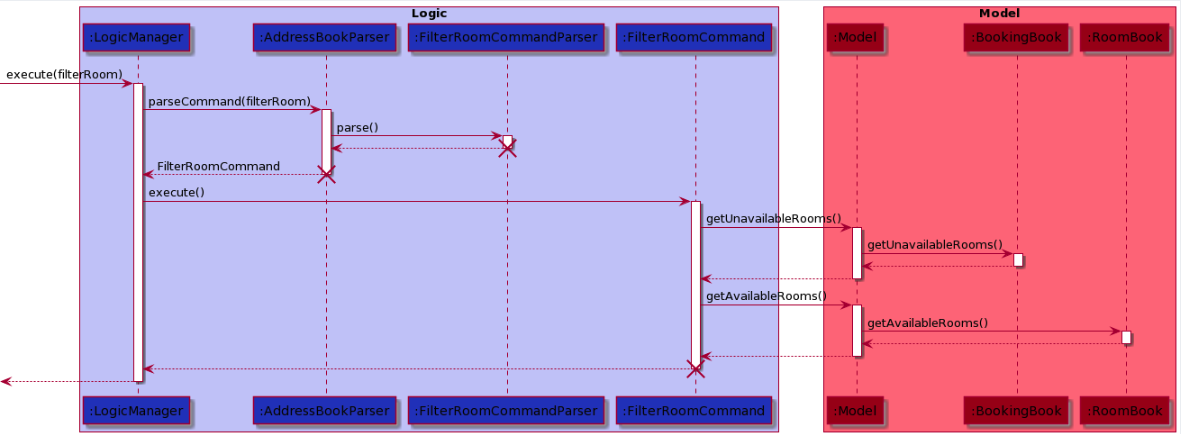
This is docs/images/FilterRoomSequenceDiagram2.png from zeling595/tp, a PlantUML export, as it was before one commit. Its source is kept beside it as docs/diagrams/FilterRoomSequenceDiagram2.puml.
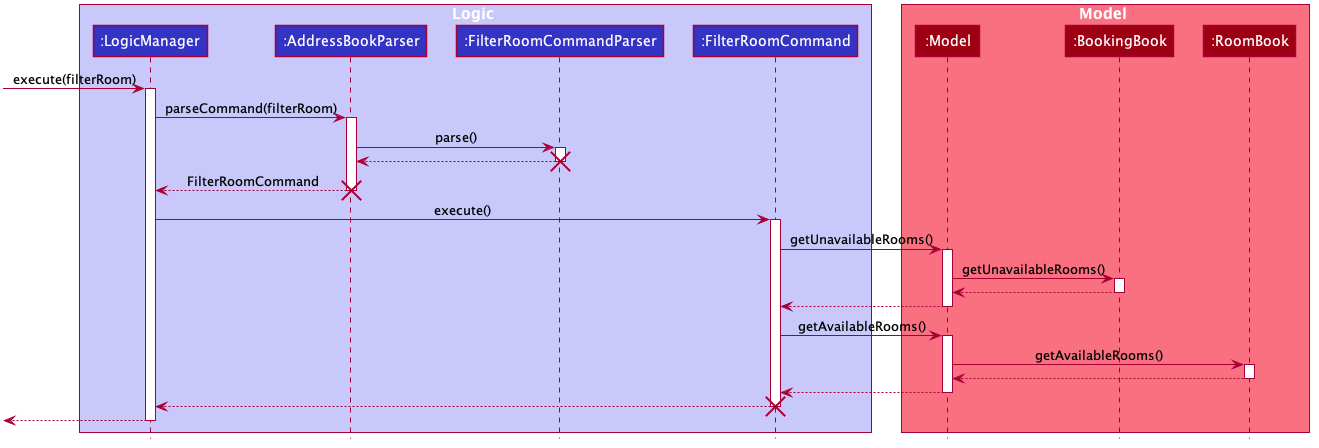
After the commit.

Diff of the diagram source:
```diff
@@ -1,14 +1,14 @@
 @startuml
 !include style.puml
 
-box "Logic" LOGIC_COLOR_1
+box Logic LOGIC_COLOR_T1
 participant ":LogicManager" as LogicManager LOGIC_COLOR
 participant ":AddressBookParser" as AddressBookParser LOGIC_COLOR
 participant ":FilterRoomCommandParser" as FilterRoomCommandParser LOGIC_COLOR
 participant ":FilterRoomCommand" as FilterRoomCommand LOGIC_COLOR
 end box
 
-box "Model" MODEL+COLOR_T1
+box Model MODEL_COLOR_T1
 participant ":Model" as Model MODEL_COLOR
 participant ":BookingBook" as BookingBook MODEL_COLOR
 participant ":RoomBook" as RoomBook MODEL_COLOR
```
